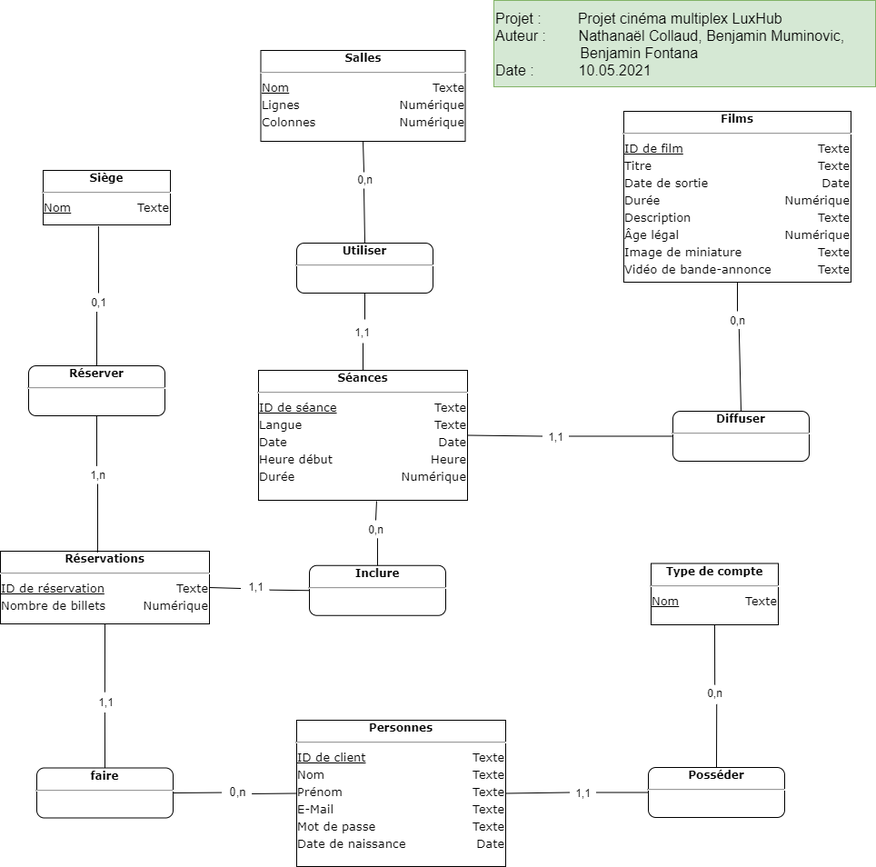
Before: doc/MCD/MCD.png, a diagram exported from draw.io (benjaminMum/LuxHub). Source tidied: cells renumbered, new cells last; positions are measured from the earlier drawing's top-left corner, leaving out a move shared by most shapes.
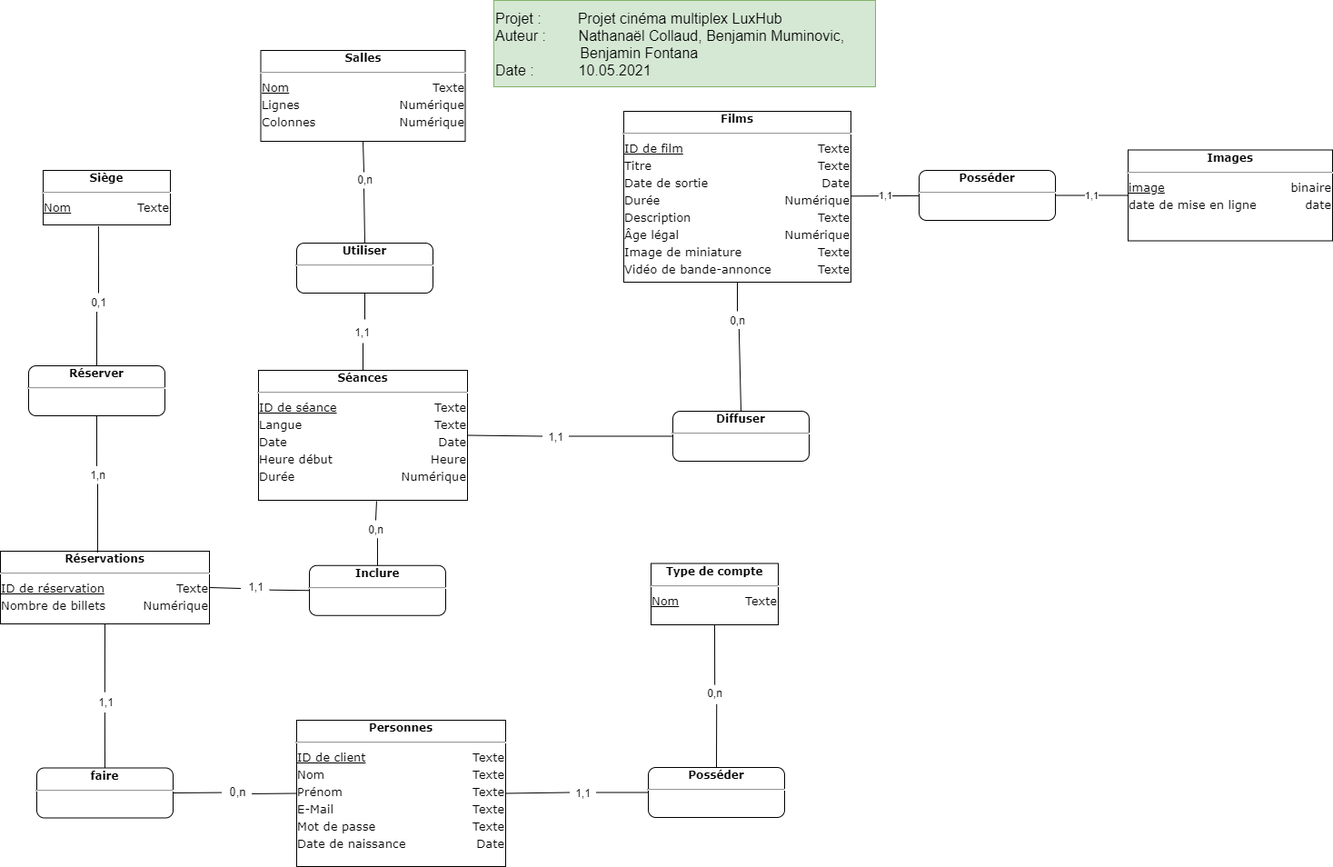
After the commit.

What changed in the source:
```diff
@@ -155,5 +155,17 @@
     <mxCell id="52" style="endArrow=none;html=1;exitX=0.465;exitY=0.017;exitDx=0;exitDy=0;entryX=0.5;entryY=1;entryDx=0;entryDy=0;exitPerimeter=0;" parent="1" edge="1" source="24" target="51">
       <mxGeometry relative="1" as="geometry" />
     </mxCell>
+    <mxCell id="53" value="&lt;div style=&quot;box-sizing: border-box ; width: 100% ; padding: 2px&quot;&gt;&lt;span style=&quot;background-color: rgb(255 , 255 , 255)&quot;&gt;&lt;b&gt;Images&lt;/b&gt;&lt;/span&gt;&lt;/div&gt;&lt;hr&gt;&lt;table style=&quot;width: 100% ; font-size: 1em&quot; cellpadding=&quot;2&quot; cellspacing=&quot;0&quot;&gt;&lt;tbody style=&quot;font-size: 13px&quot;&gt;&lt;tr&gt;&lt;td style=&quot;text-align: left&quot;&gt;&lt;u&gt;image&lt;/u&gt;&lt;/td&gt;&lt;td style=&quot;text-align: right&quot;&gt;binaire&lt;/td&gt;&lt;/tr&gt;&lt;tr&gt;&lt;td style=&quot;text-align: left&quot;&gt;date de mise en ligne&lt;/td&gt;&lt;td style=&quot;text-align: right&quot;&gt;date&lt;/td&gt;&lt;/tr&gt;&lt;/tbody&gt;&lt;/table&gt;" style="verticalAlign=top;align=center;overflow=fill;html=1;rounded=0;shadow=0;comic=0;labelBackgroundColor=none;strokeColor=#000000;strokeWidth=1;fillColor=#ffffff;fontFamily=Verdana;fontSize=12;fontColor=#000000;" parent="1" vertex="1">
+      <mxGeometry x="1241" y="164.5" width="225" height="100" as="geometry" />
+    </mxCell>
+    <mxCell id="54" value="&lt;div style=&quot;box-sizing: border-box ; width: 100% ; padding: 2px&quot;&gt;&lt;b&gt;Posséder&lt;/b&gt;&lt;/div&gt;&lt;hr&gt;&lt;table style=&quot;width: 100% ; font-size: 1em&quot; cellpadding=&quot;2&quot; cellspacing=&quot;0&quot;&gt;&lt;tbody&gt;&lt;tr&gt;&lt;td style=&quot;text-align: left&quot;&gt;&lt;br&gt;&lt;/td&gt;&lt;td style=&quot;text-align: right&quot;&gt;&lt;br&gt;&lt;/td&gt;&lt;/tr&gt;&lt;/tbody&gt;&lt;/table&gt;" style="verticalAlign=top;align=center;overflow=fill;html=1;rounded=1;shadow=0;comic=0;labelBackgroundColor=none;strokeColor=#000000;strokeWidth=1;fillColor=#ffffff;fontFamily=Verdana;fontSize=12;fontColor=#000000;" parent="1" vertex="1">
+      <mxGeometry x="1011" y="187" width="150" height="55" as="geometry" />
+    </mxCell>
+    <mxCell id="55" value="1,1" style="endArrow=none;html=1;" parent="1" edge="1" source="8" target="54">
+      <mxGeometry relative="1" as="geometry" />
+    </mxCell>
+    <mxCell id="56" value="1,1" style="endArrow=none;html=1;" parent="1" edge="1" source="53" target="54">
+      <mxGeometry relative="1" as="geometry" />
+    </mxCell>
   </root>
 </mxGraphModel>
```
